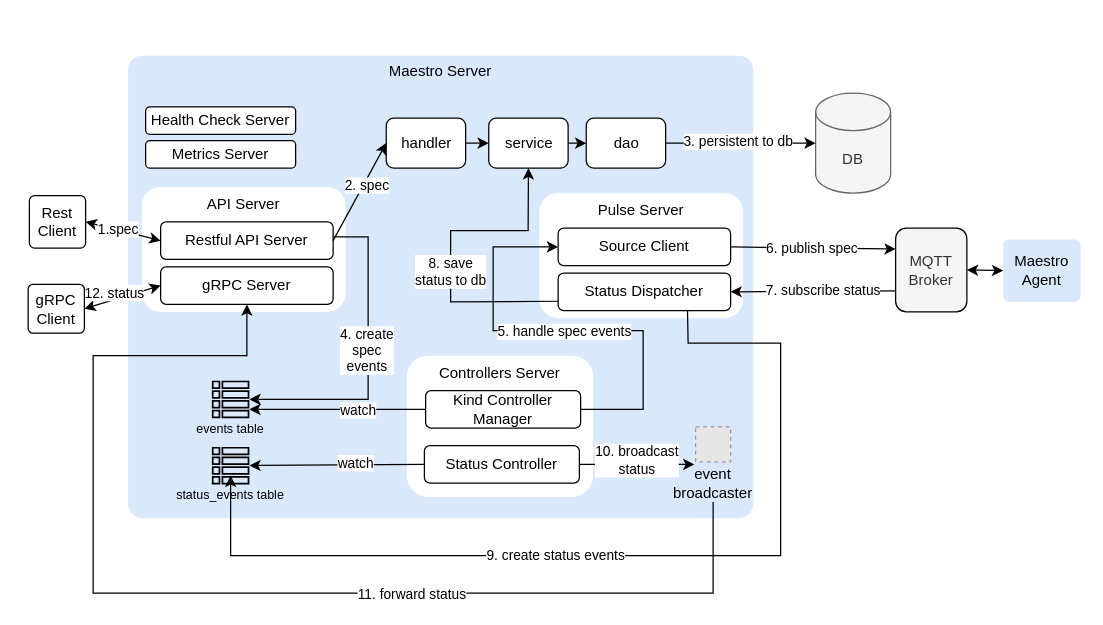
openshift-online/maestro keeps this draw.io diagram as docs/images/maestro-overview.drawio. Above is the earlier version. Source tidied: cells renumbered, new cells numbered last; positions are measured from the earlier drawing's top-left corner, leaving out a move shared by most shapes. Both pictures are drawn from the tidied source at 125%, with x=0, y=0 at pixel (28, 55). Pictures stored in the file or linked from it are replaced by grey dashed boxes.
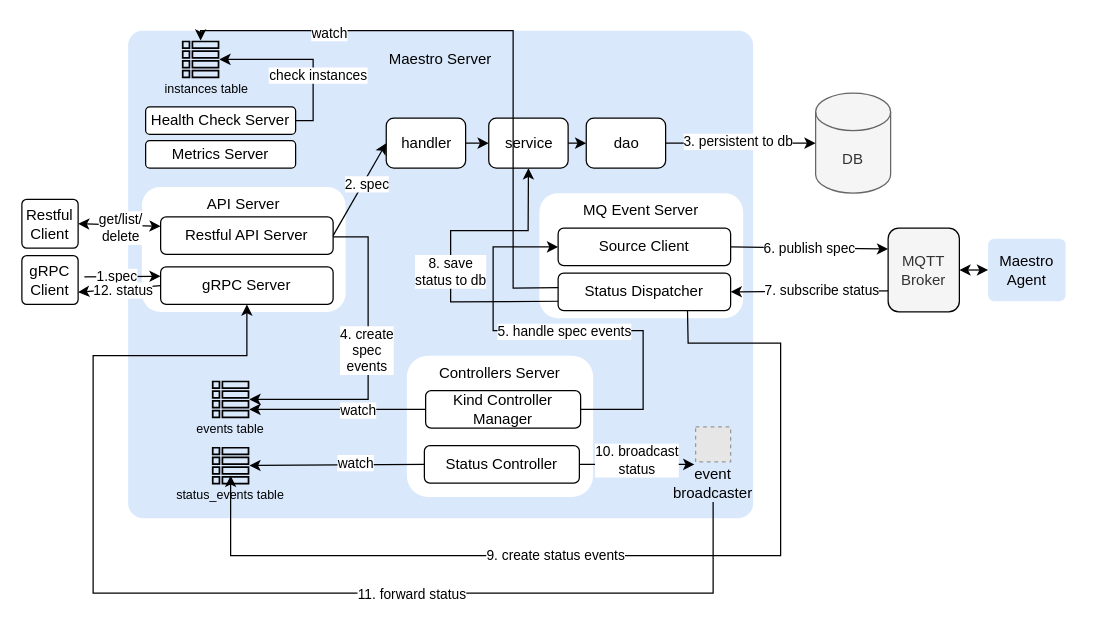
After the change.

The change refers to these unchanged cells:
```xml
<mxCell id="4" value="Health Check Server" style="rounded=1;whiteSpace=wrap;html=1;" parent="1" vertex="1">
  <mxGeometry x="94" y="41" width="120" height="22" as="geometry" />
</mxCell>
<mxCell id="7" value="gRPC Server" style="rounded=1;whiteSpace=wrap;html=1;" parent="1" vertex="1">
  <mxGeometry x="106" y="169" width="138" height="30" as="geometry" />
</mxCell>
<mxCell id="9" value="Status Dispatcher" style="rounded=1;whiteSpace=wrap;html=1;" parent="1" vertex="1">
  <mxGeometry x="424" y="174" width="138" height="30" as="geometry" />
</mxCell>
```

What changed in the source:
```diff
@@
     <mxCell id="2" value="Maestro Server&lt;br&gt;&lt;br&gt;&lt;br&gt;&lt;br&gt;&lt;br&gt;&lt;br&gt;&lt;br&gt;&lt;br&gt;&lt;br&gt;&lt;br&gt;&lt;br&gt;&lt;br&gt;&lt;br&gt;&lt;br&gt;&lt;br&gt;&lt;br&gt;&lt;br&gt;&lt;br&gt;&lt;br&gt;&lt;br&gt;&lt;br&gt;&lt;br&gt;&lt;div&gt;&lt;br&gt;&lt;/div&gt;&lt;div&gt;&lt;br&gt;&lt;/div&gt;&lt;div&gt;&lt;br&gt;&lt;/div&gt;" style="rounded=1;whiteSpace=wrap;html=1;arcSize=3;fillColor=#dae8fc;strokeColor=none;" parent="1" vertex="1">
-      <mxGeometry x="80" width="500" height="370" as="geometry" />
+      <mxGeometry x="80" y="-20" width="500" height="390" as="geometry" />
     </mxCell>
@@
-    <mxCell id="5" value="Pulse Server&lt;br&gt;&lt;br&gt;&lt;br&gt;&lt;div&gt;&lt;br&gt;&lt;/div&gt;&lt;div&gt;&lt;br&gt;&lt;/div&gt;&lt;div&gt;&lt;br&gt;&lt;/div&gt;" style="rounded=1;whiteSpace=wrap;html=1;strokeColor=none;" parent="1" vertex="1">
+    <mxCell id="5" value="MQ Event Server&lt;br&gt;&lt;br&gt;&lt;br&gt;&lt;div&gt;&lt;br&gt;&lt;/div&gt;&lt;div&gt;&lt;br&gt;&lt;/div&gt;&lt;div&gt;&lt;br&gt;&lt;/div&gt;" style="rounded=1;whiteSpace=wrap;html=1;strokeColor=none;" parent="1" vertex="1">
       <mxGeometry x="409" y="110" width="163" height="100" as="geometry" />
     </mxCell>
     <mxCell id="6" value="Restful API Server" style="rounded=1;whiteSpace=wrap;html=1;" parent="1" vertex="1">
-      <mxGeometry x="106" y="133" width="138" height="30" as="geometry" />
+      <mxGeometry x="106" y="129" width="138" height="30" as="geometry" />
     </mxCell>
@@
     <mxCell id="14" value="MQTT Broker" style="rounded=1;whiteSpace=wrap;html=1;fillColor=#f5f5f5;fontColor=#333333;strokeColor=default;" parent="1" vertex="1">
-      <mxGeometry x="694" y="138" width="57" height="67" as="geometry" />
+      <mxGeometry x="688" y="138" width="57" height="67" as="geometry" />
     </mxCell>
     <mxCell id="15" value="Maestro Agent" style="rounded=1;whiteSpace=wrap;html=1;arcSize=10;fillColor=#dae8fc;strokeColor=none;" parent="1" vertex="1">
-      <mxGeometry x="780" y="147" width="62" height="50" as="geometry" />
+      <mxGeometry x="768" y="146.5" width="62" height="50" as="geometry" />
     </mxCell>
-    <mxCell id="16" value="Rest Client" style="rounded=1;whiteSpace=wrap;html=1;arcSize=10;" parent="1" vertex="1">
-      <mxGeometry x="1" y="112" width="45" height="42" as="geometry" />
-    </mxCell>
     <mxCell id="17" value="gRPC Client" style="rounded=1;whiteSpace=wrap;html=1;arcSize=10;" parent="1" vertex="1">
-      <mxGeometry y="183" width="45" height="39" as="geometry" />
+      <mxGeometry x="-5" y="160" width="45" height="39" as="geometry" />
     </mxCell>
-    <mxCell id="18" style="endArrow=classic;html=1;rounded=0;entryX=0;entryY=0.5;entryDx=0;entryDy=0;exitX=1;exitY=0.5;exitDx=0;exitDy=0;startArrow=classic;startFill=1;" parent="1" edge="1" source="16" target="6">
-      <mxGeometry relative="1" as="geometry" />
+    <mxCell id="18" style="endArrow=classic;html=1;rounded=0;entryX=0;entryY=0.25;entryDx=0;entryDy=0;startArrow=none;startFill=0;" parent="1" edge="1" target="7">
+      <mxGeometry relative="1" as="geometry">
+        <mxPoint x="45" y="177" as="sourcePoint" />
+      </mxGeometry>
     </mxCell>
@@
-    <mxCell id="20" style="endArrow=classic;html=1;rounded=0;entryX=0;entryY=0.5;entryDx=0;entryDy=0;exitX=1;exitY=0.5;exitDx=0;exitDy=0;startArrow=classic;startFill=1;" parent="1" edge="1" source="17" target="7">
+    <mxCell id="20" style="endArrow=none;html=1;rounded=0;entryX=0;entryY=0.5;entryDx=0;entryDy=0;exitX=1;exitY=0.75;exitDx=0;exitDy=0;startArrow=classic;startFill=1;" parent="1" edge="1" source="17" target="7">
       <mxGeometry relative="1" as="geometry" />
     </mxCell>
     <mxCell id="21" value="12. status" style="edgeLabel;html=1;align=center;verticalAlign=middle;" parent="20" vertex="1">
       <mxGeometry x="-0.33" y="-2" relative="1" as="geometry">
-        <mxPoint x="3" y="-9" as="offset" />
+        <mxPoint x="13" y="-2" as="offset" />
       </mxGeometry>
     </mxCell>
@@
+    <mxCell id="62" style="group;" parent="1" vertex="1">
+      <mxGeometry x="108" y="-12" width="70" height="53" as="geometry" />
+    </mxCell>
+    <mxCell id="63" style="sketch=0;outlineConnect=0;fontColor=#232F3E;gradientColor=none;fillColor=#000000;strokeColor=none;dashed=0;verticalLabelPosition=bottom;verticalAlign=top;align=center;html=1;fontSize=12;fontStyle=0;shape=mxgraph.aws4.table;" parent="62" vertex="1">
+      <mxGeometry x="15" width="30" height="30" as="geometry" />
+    </mxCell>
+    <mxCell id="64" value="&lt;span style=&quot;font-size: 10px;&quot;&gt;instances&amp;nbsp;&lt;/span&gt;&lt;span style=&quot;font-size: 10px; background-color: transparent; color: light-dark(rgb(0, 0, 0), rgb(255, 255, 255));&quot;&gt;table&lt;/span&gt;" style="text;html=1;align=center;verticalAlign=middle;whiteSpace=wrap;rounded=0;" parent="62" vertex="1">
+      <mxGeometry y="23" width="70" height="30" as="geometry" />
+    </mxCell>
+    <mxCell id="65" style="endArrow=classic;html=1;rounded=0;exitX=1;exitY=0.5;exitDx=0;exitDy=0;" parent="1" edge="1" source="4" target="63">
+      <mxGeometry relative="1" as="geometry">
+        <Array as="points">
+          <mxPoint x="228" y="52" />
+          <mxPoint x="228" y="3" />
+        </Array>
+      </mxGeometry>
+    </mxCell>
+    <mxCell id="66" value="check instances" style="edgeLabel;html=1;align=center;verticalAlign=middle;" parent="65" vertex="1">
+      <mxGeometry x="-0.26" y="-3" relative="1" as="geometry" />
+    </mxCell>
+    <mxCell id="67" style="endArrow=classic;html=1;rounded=0;exitX=0.001;exitY=0.387;exitDx=0;exitDy=0;exitPerimeter=0;" parent="1" edge="1" source="9" target="63">
+      <mxGeometry relative="1" as="geometry">
+        <Array as="points">
+          <mxPoint x="388" y="186" />
+          <mxPoint x="388" y="-20" />
+          <mxPoint x="138" y="-20" />
+        </Array>
+      </mxGeometry>
+    </mxCell>
+    <mxCell id="68" value="watch" style="edgeLabel;html=1;align=center;verticalAlign=middle;" parent="67" vertex="1">
+      <mxGeometry x="0.56" y="1" relative="1" as="geometry" />
+    </mxCell>
+    <mxCell id="69" value="Restful Client" style="rounded=1;whiteSpace=wrap;html=1;arcSize=10;" parent="1" vertex="1">
+      <mxGeometry x="-5" y="115" width="45" height="39" as="geometry" />
+    </mxCell>
+    <mxCell id="70" style="endArrow=classic;html=1;rounded=0;exitX=0;exitY=0.25;exitDx=0;exitDy=0;entryX=1;entryY=0.5;entryDx=0;entryDy=0;startFill=1;startArrow=classic;endFill=1;" parent="1" edge="1" source="6" target="69">
+      <mxGeometry relative="1" as="geometry" />
+    </mxCell>
+    <mxCell id="71" value="get/list/&lt;br&gt;delete" style="edgeLabel;html=1;align=center;verticalAlign=middle;" parent="70" vertex="1">
+      <mxGeometry x="0.42" y="2" relative="1" as="geometry">
+        <mxPoint x="15" as="offset" />
+      </mxGeometry>
+    </mxCell>
```
